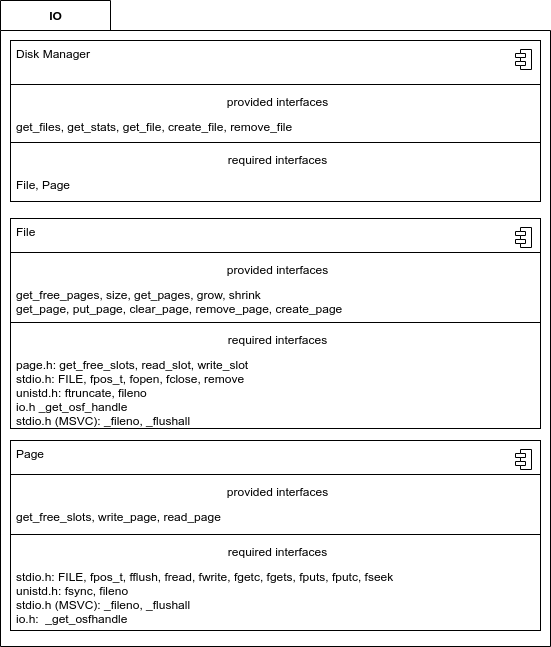
Before: doc/user_guide/img/io_arch.png, a diagram exported from draw.io (SomeUserName1/master). Source tidied: cells renumbered, new cells last; positions are measured from the earlier drawing's top-left corner, leaving out a move shared by most shapes. Source of this version:
```xml
<mxGraphModel>
  <root>
    <mxCell id="0" />
    <mxCell id="1" parent="0" />
    <mxCell id="2" value="IO" style="shape=folder;fontStyle=1;tabWidth=110;tabHeight=30;tabPosition=left;html=1;boundedLbl=1;labelInHeader=1;" parent="1" vertex="1">
      <mxGeometry width="550" height="646" as="geometry" />
    </mxCell>
    <mxCell id="3" style="fontStyle=1;align=center;verticalAlign=top;horizontal=1;" parent="1" vertex="1">
      <mxGeometry x="10" y="440" width="530" height="190" as="geometry" />
    </mxCell>
    <mxCell id="4" value="Page" style="html=1;align=left;spacingLeft=4;verticalAlign=top;strokeColor=none;fillColor=none;" parent="3" vertex="1">
      <mxGeometry width="530" height="30" as="geometry" />
    </mxCell>
    <mxCell id="5" style="shape=module;jettyWidth=10;jettyHeight=4;" parent="4" vertex="1">
      <mxGeometry x="1" width="16" height="20" relative="1" as="geometry">
        <mxPoint x="-25" y="9" as="offset" />
      </mxGeometry>
    </mxCell>
    <mxCell id="6" style="line;strokeWidth=1;fillColor=none;align=left;verticalAlign=middle;spacingTop=-1;spacingLeft=3;spacingRight=3;labelPosition=right;" parent="3" vertex="1">
      <mxGeometry y="30" width="530" height="8" as="geometry" />
    </mxCell>
    <mxCell id="7" value="provided interfaces" style="html=1;align=center;spacingLeft=4;verticalAlign=top;strokeColor=none;fillColor=none;" parent="3" vertex="1">
      <mxGeometry y="38" width="530" height="25" as="geometry" />
    </mxCell>
    <mxCell id="8" value="get_free_slots, write_page, read_page" style="html=1;align=left;spacingLeft=4;verticalAlign=top;strokeColor=none;fillColor=none;" parent="3" vertex="1">
      <mxGeometry y="63" width="530" height="27" as="geometry" />
    </mxCell>
    <mxCell id="9" style="line;strokeWidth=1;fillColor=none;align=left;verticalAlign=middle;spacingTop=-1;spacingLeft=3;spacingRight=3;labelPosition=right;" parent="3" vertex="1">
      <mxGeometry y="90" width="530" height="8" as="geometry" />
    </mxCell>
    <mxCell id="10" value="required interfaces" style="html=1;align=center;spacingLeft=4;verticalAlign=top;strokeColor=none;fillColor=none;" parent="3" vertex="1">
      <mxGeometry y="98" width="530" height="25" as="geometry" />
    </mxCell>
    <mxCell id="11" value="stdio.h: FILE, fpos_t, fflush, fread, fwrite,&amp;nbsp;fgetc, fgets, fputs, fputc, fseek&lt;br&gt;unistd.h: fsync, fileno&lt;br&gt;stdio.h (MSVC): _fileno, _flushall&lt;br&gt;io.h:&amp;nbsp; _get_osfhandle" style="html=1;align=left;spacingLeft=4;verticalAlign=top;strokeColor=none;fillColor=none;" parent="3" vertex="1">
      <mxGeometry y="123" width="530" height="67" as="geometry" />
    </mxCell>
    <mxCell id="12" style="fontStyle=1;align=center;verticalAlign=top;horizontal=1;" parent="1" vertex="1">
      <mxGeometry x="10" y="218" width="530" height="210" as="geometry" />
    </mxCell>
    <mxCell id="13" value="File" style="html=1;align=left;spacingLeft=4;verticalAlign=top;strokeColor=none;fillColor=none;" parent="12" vertex="1">
      <mxGeometry width="530" height="30" as="geometry" />
    </mxCell>
    <mxCell id="14" style="shape=module;jettyWidth=10;jettyHeight=4;" parent="13" vertex="1">
      <mxGeometry x="1" width="16" height="20" relative="1" as="geometry">
        <mxPoint x="-25" y="9" as="offset" />
      </mxGeometry>
    </mxCell>
    <mxCell id="15" style="line;strokeWidth=1;fillColor=none;align=left;verticalAlign=middle;spacingTop=-1;spacingLeft=3;spacingRight=3;labelPosition=right;" parent="12" vertex="1">
      <mxGeometry y="30" width="530" height="8" as="geometry" />
    </mxCell>
    <mxCell id="16" value="provided interfaces" style="html=1;align=center;spacingLeft=4;verticalAlign=top;strokeColor=none;fillColor=none;" parent="12" vertex="1">
      <mxGeometry y="38" width="530" height="25" as="geometry" />
    </mxCell>
    <mxCell id="17" value="get_free_pages, size, get_pages, grow, shrink&lt;br&gt;get_page, put_page, clear_page, remove_page, create_page" style="html=1;align=left;spacingLeft=4;verticalAlign=top;strokeColor=none;fillColor=none;" parent="12" vertex="1">
      <mxGeometry y="63" width="530" height="37" as="geometry" />
    </mxCell>
    <mxCell id="18" style="line;strokeWidth=1;fillColor=none;align=left;verticalAlign=middle;spacingTop=-1;spacingLeft=3;spacingRight=3;labelPosition=right;" parent="12" vertex="1">
      <mxGeometry y="100" width="530" height="8" as="geometry" />
    </mxCell>
    <mxCell id="19" value="required interfaces" style="html=1;align=center;spacingLeft=4;verticalAlign=top;strokeColor=none;fillColor=none;" parent="12" vertex="1">
      <mxGeometry y="108" width="530" height="25" as="geometry" />
    </mxCell>
    <mxCell id="20" value="page.h: get_free_slots, read_slot, write_slot&lt;br&gt;stdio.h: FILE, fpos_t, fopen, fclose, remove&lt;br&gt;unistd.h: ftruncate, fileno&lt;br&gt;io.h _get_osf_handle&lt;br&gt;stdio.h (MSVC): _fileno, _flushall&lt;span style=&quot;color: rgba(0 , 0 , 0 , 0) ; font-family: monospace ; font-size: 0px&quot;&gt;hModel%3E%3Croot%3E%3CmxCell%20id%3D%220%22%2F%3E%3CmxCell%20id%3D%221%22%20parent%3D%220%22%2F%3E%3CmxCell%20id%3D%222%22%20value%3D%22%26lt%3Bspan%20style%3D%26quot%3Btext-align%3A%20left%26quot%3B%26gt%3BFILE%2C%20fpos_t%2C%20fopen%2C%20fclose%2C%20%2C%26amp%3Bnbsp%3B%26lt%3B%2Fspan%26gt%3B%22%20style%3D%22text%3Bhtml%3D1%3Balign%3Dcenter%3BverticalAlign%3Dmiddle%3Bresizable%3D0%3Bpoints%3D%5B%5D%3Bautosize%3D1%3B%22%20vertex%3D%221%22%20parent%3D%221%22%3E%3CmxGeometry%20x%3D%22-35%22%20y%3D%22660%22%20width%3D%22170%22%20height%3D%2220%22%20as%3D%22geometry%22%2F%3E%3C%2FmxCell%3E%3C%2Froot%3E%3C%2FmxGraphModel%3sssss´´´´´´´&lt;/span&gt;&lt;br&gt;&lt;span style=&quot;color: rgba(0 , 0 , 0 , 0) ; font-family: monospace ; font-size: 0px&quot;&gt;%3CmxGraphModel%3E%3Croot%3E%3CmxCell%20id%3D%220%22%2F%3E%3CmxCell%20id%3D%221%22%20parent%3D%220%22%2F%3E%3CmxCell%20id%3D%222%22%20value%3D%22%26lt%3Bspan%20style%3D%26quot%3Btext-align%3A%20left%26quot%3B%26gt%3BFILE%2C%20fpos_t%2C%20fopen%2C%20fclose%2C%20%2C%26amp%3Bnbsp%3B%26lt%3B%2Fspan%26gt%3B%22%20style%3D%22text%3Bhtml%3D1%3Balign%3Dcenter%3BverticalAlign%3Dmiddle%3Bresizable%3D0%3Bpoints%3D%5B%5D%3Bautosize%3D1%3B%22%20vertex%3D%221%22%20parent%3D%221%22%3E%3CmxGeometry%20x%3D%22-35%22%20y%3D%22660%22%20width%3D%22170%22%20height%3D%2220%22%20as%3D%22geometry%22%2F%3E%3C%2FmxCell%3E%3C%2Froot%3E%3C%2FmxGraphModel%3E&lt;/span&gt;&lt;span style=&quot;color: rgba(0 , 0 , 0 , 0) ; font-family: monospace ; font-size: 0px&quot;&gt;%3CmxGraphModel%3E%3Croot%3E%3CmxCell%20id%3D%220%22%2F%3E%3CmxCell%20id%3D%221%22%20parent%3D%220%22%2F%3E%3CmxCell%20id%3D%222%22%20value%3D%22%26lt%3Bspan%20style%3D%26quot%3Btext-align%3A%20left%26quot%3B%26gt%3BFILE%2C%20fpos_t%2C%20fopen%2C%20fclose%2C%20%2C%26amp%3Bnbsp%3B%26lt%3B%2Fspan%26gt%3B%22%20style%3D%22text%3Bhtml%3D1%3Balign%3Dcenter%3BverticalAlign%3Dmiddle%3Bresizable%3D0%3Bpoints%3D%5B%5D%3Bautosize%3D1%3B%22%20vertex%3D%221%22%20parent%3D%221%22%3E%3CmxGeometry%20x%3D%22-35%22%20y%3D%22660%22%20width%3D%22170%22%20height%3D%2220%22%20as%3D%22geometry%22%2F%3E%3C%2FmxCell%3E%3C%2Froot%3E%3C%2FmxGraphModel%3E&lt;/span&gt;" style="html=1;align=left;spacingLeft=4;verticalAlign=top;strokeColor=none;fillColor=none;" parent="12" vertex="1">
      <mxGeometry y="133" width="530" height="77" as="geometry" />
    </mxCell>
    <mxCell id="21" value="&lt;span style=&quot;color: rgba(0 , 0 , 0 , 0) ; font-family: monospace ; font-size: 0px&quot;&gt;%3CmxGraphModel%3E%3Croot%3E%3CmxCell%20id%3D%220%22%2F%3E%3CmxCell%20id%3D%221%22%20parent%3D%220%22%2F%3E%3CmxCell%20id%3D%222%22%20value%3D%22%26lt%3Bspan%20style%3D%26quot%3Btext-align%3A%20left%26quot%3B%26gt%3BFILE%2C%20fpos_t%2C%20fopen%2C%20fclose%2C%20%2C%26amp%3Bnbsp%3B%26lt%3B%2Fspan%26gt%3B%22%20style%3D%22text%3Bhtml%3D1%3Balign%3Dcenter%3BverticalAlign%3Dmiddle%3Bresizable%3D0%3Bpoints%3D%5B%5D%3Bautosize%3D1%3B%22%20vertex%3D%221%22%20parent%3D%221%22%3E%3CmxGeometry%20x%3D%22-35%22%20y%3D%22660%22%20width%3D%22170%22%20height%3D%2220%22%20as%3D%22geometry%22%2F%3E%3C%2FmxCell%3E%3C%2Froot%3E%3C%2FmxGraphModel%3E&lt;/span&gt;" style="text;html=1;align=center;verticalAlign=middle;" parent="1" vertex="1">
      <mxGeometry x="170" y="436" width="20" height="20" as="geometry" />
    </mxCell>
    <mxCell id="22" style="fontStyle=1;align=center;verticalAlign=top;horizontal=1;" parent="1" vertex="1">
      <mxGeometry x="10" y="40" width="530" height="161" as="geometry" />
    </mxCell>
    <mxCell id="23" value="Disk Manager" style="html=1;align=left;spacingLeft=4;verticalAlign=top;strokeColor=none;fillColor=none;" parent="22" vertex="1">
      <mxGeometry width="530" height="40" as="geometry" />
    </mxCell>
    <mxCell id="24" style="shape=module;jettyWidth=10;jettyHeight=4;" parent="23" vertex="1">
      <mxGeometry x="1" width="16" height="20" relative="1" as="geometry">
        <mxPoint x="-25" y="9" as="offset" />
      </mxGeometry>
    </mxCell>
    <mxCell id="25" style="line;strokeWidth=1;fillColor=none;align=left;verticalAlign=middle;spacingTop=-1;spacingLeft=3;spacingRight=3;labelPosition=right;" parent="22" vertex="1">
      <mxGeometry y="40" width="530" height="8" as="geometry" />
    </mxCell>
    <mxCell id="26" value="provided interfaces" style="html=1;align=center;spacingLeft=4;verticalAlign=top;strokeColor=none;fillColor=none;" parent="22" vertex="1">
      <mxGeometry y="48" width="530" height="25" as="geometry" />
    </mxCell>
    <mxCell id="27" value="get_files, get_stats, get_file, create_file, remove_file" style="html=1;align=left;spacingLeft=4;verticalAlign=top;strokeColor=none;fillColor=none;" parent="22" vertex="1">
      <mxGeometry y="73" width="530" height="25" as="geometry" />
    </mxCell>
    <mxCell id="28" style="line;strokeWidth=1;fillColor=none;align=left;verticalAlign=middle;spacingTop=-1;spacingLeft=3;spacingRight=3;labelPosition=right;" parent="22" vertex="1">
      <mxGeometry y="98" width="530" height="8" as="geometry" />
    </mxCell>
    <mxCell id="29" value="required interfaces" style="html=1;align=center;spacingLeft=4;verticalAlign=top;strokeColor=none;fillColor=none;" parent="22" vertex="1">
      <mxGeometry y="106" width="530" height="25" as="geometry" />
    </mxCell>
    <mxCell id="30" value="File, Page" style="html=1;align=left;spacingLeft=4;verticalAlign=top;strokeColor=none;fillColor=none;" parent="22" vertex="1">
      <mxGeometry y="131" width="530" height="30" as="geometry" />
    </mxCell>
  </root>
</mxGraphModel>
```
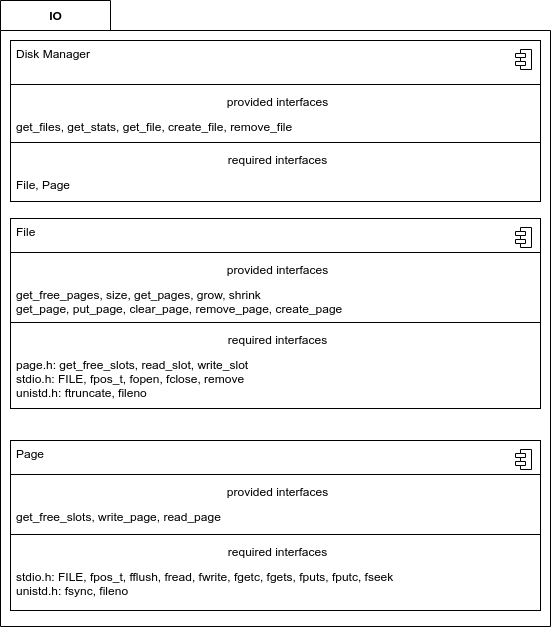
Later version of the same file.

Change to the diagram source:
```diff
@@ -3,10 +3,10 @@
     <mxCell id="0" />
     <mxCell id="1" parent="0" />
     <mxCell id="2" value="IO" style="shape=folder;fontStyle=1;tabWidth=110;tabHeight=30;tabPosition=left;html=1;boundedLbl=1;labelInHeader=1;" parent="1" vertex="1">
-      <mxGeometry width="550" height="646" as="geometry" />
+      <mxGeometry width="550" height="626" as="geometry" />
     </mxCell>
     <mxCell id="3" style="fontStyle=1;align=center;verticalAlign=top;horizontal=1;" parent="1" vertex="1">
-      <mxGeometry x="10" y="440" width="530" height="190" as="geometry" />
+      <mxGeometry x="10" y="440" width="530" height="170" as="geometry" />
     </mxCell>
     <mxCell id="4" value="Page" style="html=1;align=left;spacingLeft=4;verticalAlign=top;strokeColor=none;fillColor=none;" parent="3" vertex="1">
       <mxGeometry width="530" height="30" as="geometry" />
@@ -31,11 +31,11 @@
     <mxCell id="10" value="required interfaces" style="html=1;align=center;spacingLeft=4;verticalAlign=top;strokeColor=none;fillColor=none;" parent="3" vertex="1">
       <mxGeometry y="98" width="530" height="25" as="geometry" />
     </mxCell>
-    <mxCell id="11" value="stdio.h: FILE, fpos_t, fflush, fread, fwrite,&amp;nbsp;fgetc, fgets, fputs, fputc, fseek&lt;br&gt;unistd.h: fsync, fileno&lt;br&gt;stdio.h (MSVC): _fileno, _flushall&lt;br&gt;io.h:&amp;nbsp; _get_osfhandle" style="html=1;align=left;spacingLeft=4;verticalAlign=top;strokeColor=none;fillColor=none;" parent="3" vertex="1">
-      <mxGeometry y="123" width="530" height="67" as="geometry" />
+    <mxCell id="11" value="stdio.h: FILE, fpos_t, fflush, fread, fwrite,&amp;nbsp;fgetc, fgets, fputs, fputc, fseek&lt;br&gt;unistd.h: fsync, fileno" style="html=1;align=left;spacingLeft=4;verticalAlign=top;strokeColor=none;fillColor=none;" parent="3" vertex="1">
+      <mxGeometry y="123" width="530" height="47" as="geometry" />
     </mxCell>
     <mxCell id="12" style="fontStyle=1;align=center;verticalAlign=top;horizontal=1;" parent="1" vertex="1">
-      <mxGeometry x="10" y="218" width="530" height="210" as="geometry" />
+      <mxGeometry x="10" y="218" width="530" height="190" as="geometry" />
     </mxCell>
     <mxCell id="13" value="File" style="html=1;align=left;spacingLeft=4;verticalAlign=top;strokeColor=none;fillColor=none;" parent="12" vertex="1">
       <mxGeometry width="530" height="30" as="geometry" />
@@ -60,8 +60,8 @@
     <mxCell id="19" value="required interfaces" style="html=1;align=center;spacingLeft=4;verticalAlign=top;strokeColor=none;fillColor=none;" parent="12" vertex="1">
       <mxGeometry y="108" width="530" height="25" as="geometry" />
     </mxCell>
-    <mxCell id="20" value="page.h: get_free_slots, read_slot, write_slot&lt;br&gt;stdio.h: FILE, fpos_t, fopen, fclose, remove&lt;br&gt;unistd.h: ftruncate, fileno&lt;br&gt;io.h _get_osf_handle&lt;br&gt;stdio.h (MSVC): _fileno, _flushall&lt;span style=&quot;color: rgba(0 , 0 , 0 , 0) ; font-family: monospace ; font-size: 0px&quot;&gt;hModel%3E%3Croot%3E%3CmxCell%20id%3D%220%22%2F%3E%3CmxCell%20id%3D%221%22%20parent%3D%220%22%2F%3E%3CmxCell%20id%3D%222%22%20value%3D%22%26lt%3Bspan%20style%3D%26quot%3Btext-align%3A%20left%26quot%3B%26gt%3BFILE%2C%20fpos_t%2C%20fopen%2C%20fclose%2C%20%2C%26amp%3Bnbsp%3B%26lt%3B%2Fspan%26gt%3B%22%20style%3D%22text%3Bhtml%3D1%3Balign%3Dcenter%3BverticalAlign%3Dmiddle%3Bresizable%3D0%3Bpoints%3D%5B%5D%3Bautosize%3D1%3B%22%20vertex%3D%221%22%20parent%3D%221%22%3E%3CmxGeometry%20x%3D%22-35%22%20y%3D%22660%22%20width%3D%22170%22%20height%3D%2220%22%20as%3D%22geometry%22%2F%3E%3C%2FmxCell%3E%3C%2Froot%3E%3C%2FmxGraphModel%3sssss´´´´´´´&lt;/span&gt;&lt;br&gt;&lt;span style=&quot;color: rgba(0 , 0 , 0 , 0) ; font-family: monospace ; font-size: 0px&quot;&gt;%3CmxGraphModel%3E%3Croot%3E%3CmxCell%20id%3D%220%22%2F%3E%3CmxCell%20id%3D%221%22%20parent%3D%220%22%2F%3E%3CmxCell%20id%3D%222%22%20value%3D%22%26lt%3Bspan%20style%3D%26quot%3Btext-align%3A%20left%26quot%3B%26gt%3BFILE%2C%20fpos_t%2C%20fopen%2C%20fclose%2C%20%2C%26amp%3Bnbsp%3B%26lt%3B%2Fspan%26gt%3B%22%20style%3D%22text%3Bhtml%3D1%3Balign%3Dcenter%3BverticalAlign%3Dmiddle%3Bresizable%3D0%3Bpoints%3D%5B%5D%3Bautosize%3D1%3B%22%20vertex%3D%221%22%20parent%3D%221%22%3E%3CmxGeometry%20x%3D%22-35%22%20y%3D%22660%22%20width%3D%22170%22%20height%3D%2220%22%20as%3D%22geometry%22%2F%3E%3C%2FmxCell%3E%3C%2Froot%3E%3C%2FmxGraphModel%3E&lt;/span&gt;&lt;span style=&quot;color: rgba(0 , 0 , 0 , 0) ; font-family: monospace ; font-size: 0px&quot;&gt;%3CmxGraphModel%3E%3Croot%3E%3CmxCell%20id%3D%220%22%2F%3E%3CmxCell%20id%3D%221%22%20parent%3D%220%22%2F%3E%3CmxCell%20id%3D%222%22%20value%3D%22%26lt%3Bspan%20style%3D%26quot%3Btext-align%3A%20left%26quot%3B%26gt%3BFILE%2C%20fpos_t%2C%20fopen%2C%20fclose%2C%20%2C%26amp%3Bnbsp%3B%26lt%3B%2Fspan%26gt%3B%22%20style%3D%22text%3Bhtml%3D1%3Balign%3Dcenter%3BverticalAlign%3Dmiddle%3Bresizable%3D0%3Bpoints%3D%5B%5D%3Bautosize%3D1%3B%22%20vertex%3D%221%22%20parent%3D%221%22%3E%3CmxGeometry%20x%3D%22-35%22%20y%3D%22660%22%20width%3D%22170%22%20height%3D%2220%22%20as%3D%22geometry%22%2F%3E%3C%2FmxCell%3E%3C%2Froot%3E%3C%2FmxGraphModel%3E&lt;/span&gt;" style="html=1;align=left;spacingLeft=4;verticalAlign=top;strokeColor=none;fillColor=none;" parent="12" vertex="1">
-      <mxGeometry y="133" width="530" height="77" as="geometry" />
+    <mxCell id="20" value="page.h: get_free_slots, read_slot, write_slot&lt;br&gt;stdio.h: FILE, fpos_t, fopen, fclose, remove&lt;br&gt;unistd.h: ftruncate, fileno&lt;span style=&quot;color: rgba(0 , 0 , 0 , 0) ; font-family: monospace ; font-size: 0px&quot;&gt;hModel%3E%3Croot%3E%3CmxCell%20id%3D%220%22%2F%3E%3CmxCell%20id%3D%221%22%20parent%3D%220%22%2F%3E%3CmxCell%20id%3D%222%22%20value%3D%22%26lt%3Bspan%20style%3D%26quot%3Btext-align%3A%20left%26quot%3B%26gt%3BFILE%2C%20fpos_t%2C%20fopen%2C%20fclose%2C%20%2C%26amp%3Bnbsp%3B%26lt%3B%2Fspan%26gt%3B%22%20style%3D%22text%3Bhtml%3D1%3Balign%3Dcenter%3BverticalAlign%3Dmiddle%3Bresizable%3D0%3Bpoints%3D%5B%5D%3Bautosize%3D1%3B%22%20vertex%3D%221%22%20parent%3D%221%22%3E%3CmxGeometry%20x%3D%22-35%22%20y%3D%22660%22%20width%3D%22170%22%20height%3D%2220%22%20as%3D%22geometry%22%2F%3E%3C%2FmxCell%3E%3C%2Froot%3E%3C%2FmxGraphModel%3sssss´´´´´´´&lt;/span&gt;&lt;br&gt;&lt;span style=&quot;color: rgba(0 , 0 , 0 , 0) ; font-family: monospace ; font-size: 0px&quot;&gt;%3CmxGraphModel%3E%3Croot%3E%3CmxCell%20id%3D%220%22%2F%3E%3CmxCell%20id%3D%221%22%20parent%3D%220%22%2F%3E%3CmxCell%20id%3D%222%22%20value%3D%22%26lt%3Bspan%20style%3D%26quot%3Btext-align%3A%20left%26quot%3B%26gt%3BFILE%2C%20fpos_t%2C%20fopen%2C%20fclose%2C%20%2C%26amp%3Bnbsp%3B%26lt%3B%2Fspan%26gt%3B%22%20style%3D%22text%3Bhtml%3D1%3Balign%3Dcenter%3BverticalAlign%3Dmiddle%3Bresizable%3D0%3Bpoints%3D%5B%5D%3Bautosize%3D1%3B%22%20vertex%3D%221%22%20parent%3D%221%22%3E%3CmxGeometry%20x%3D%22-35%22%20y%3D%22660%22%20width%3D%22170%22%20height%3D%2220%22%20as%3D%22geometry%22%2F%3E%3C%2FmxCell%3E%3C%2Froot%3E%3C%2FmxGraphModel%3E&lt;/span&gt;&lt;span style=&quot;color: rgba(0 , 0 , 0 , 0) ; font-family: monospace ; font-size: 0px&quot;&gt;%3CmxGraphModel%3E%3Croot%3E%3CmxCell%20id%3D%220%22%2F%3E%3CmxCell%20id%3D%221%22%20parent%3D%220%22%2F%3E%3CmxCell%20id%3D%222%22%20value%3D%22%26lt%3Bspan%20style%3D%26quot%3Btext-align%3A%20left%26quot%3B%26gt%3BFILE%2C%20fpos_t%2C%20fopen%2C%20fclose%2C%20%2C%26amp%3Bnbsp%3B%26lt%3B%2Fspan%26gt%3B%22%20style%3D%22text%3Bhtml%3D1%3Balign%3Dcenter%3BverticalAlign%3Dmiddle%3Bresizable%3D0%3Bpoints%3D%5B%5D%3Bautosize%3D1%3B%22%20vertex%3D%221%22%20parent%3D%221%22%3E%3CmxGeometry%20x%3D%22-35%22%20y%3D%22660%22%20width%3D%22170%22%20height%3D%2220%22%20as%3D%22geometry%22%2F%3E%3C%2FmxCell%3E%3C%2Froot%3E%3C%2FmxGraphModel%3E&lt;/span&gt;" style="html=1;align=left;spacingLeft=4;verticalAlign=top;strokeColor=none;fillColor=none;" parent="12" vertex="1">
+      <mxGeometry y="133" width="530" height="57" as="geometry" />
     </mxCell>
     <mxCell id="21" value="&lt;span style=&quot;color: rgba(0 , 0 , 0 , 0) ; font-family: monospace ; font-size: 0px&quot;&gt;%3CmxGraphModel%3E%3Croot%3E%3CmxCell%20id%3D%220%22%2F%3E%3CmxCell%20id%3D%221%22%20parent%3D%220%22%2F%3E%3CmxCell%20id%3D%222%22%20value%3D%22%26lt%3Bspan%20style%3D%26quot%3Btext-align%3A%20left%26quot%3B%26gt%3BFILE%2C%20fpos_t%2C%20fopen%2C%20fclose%2C%20%2C%26amp%3Bnbsp%3B%26lt%3B%2Fspan%26gt%3B%22%20style%3D%22text%3Bhtml%3D1%3Balign%3Dcenter%3BverticalAlign%3Dmiddle%3Bresizable%3D0%3Bpoints%3D%5B%5D%3Bautosize%3D1%3B%22%20vertex%3D%221%22%20parent%3D%221%22%3E%3CmxGeometry%20x%3D%22-35%22%20y%3D%22660%22%20width%3D%22170%22%20height%3D%2220%22%20as%3D%22geometry%22%2F%3E%3C%2FmxCell%3E%3C%2Froot%3E%3C%2FmxGraphModel%3E&lt;/span&gt;" style="text;html=1;align=center;verticalAlign=middle;" parent="1" vertex="1">
       <mxGeometry x="170" y="436" width="20" height="20" as="geometry" />
```
